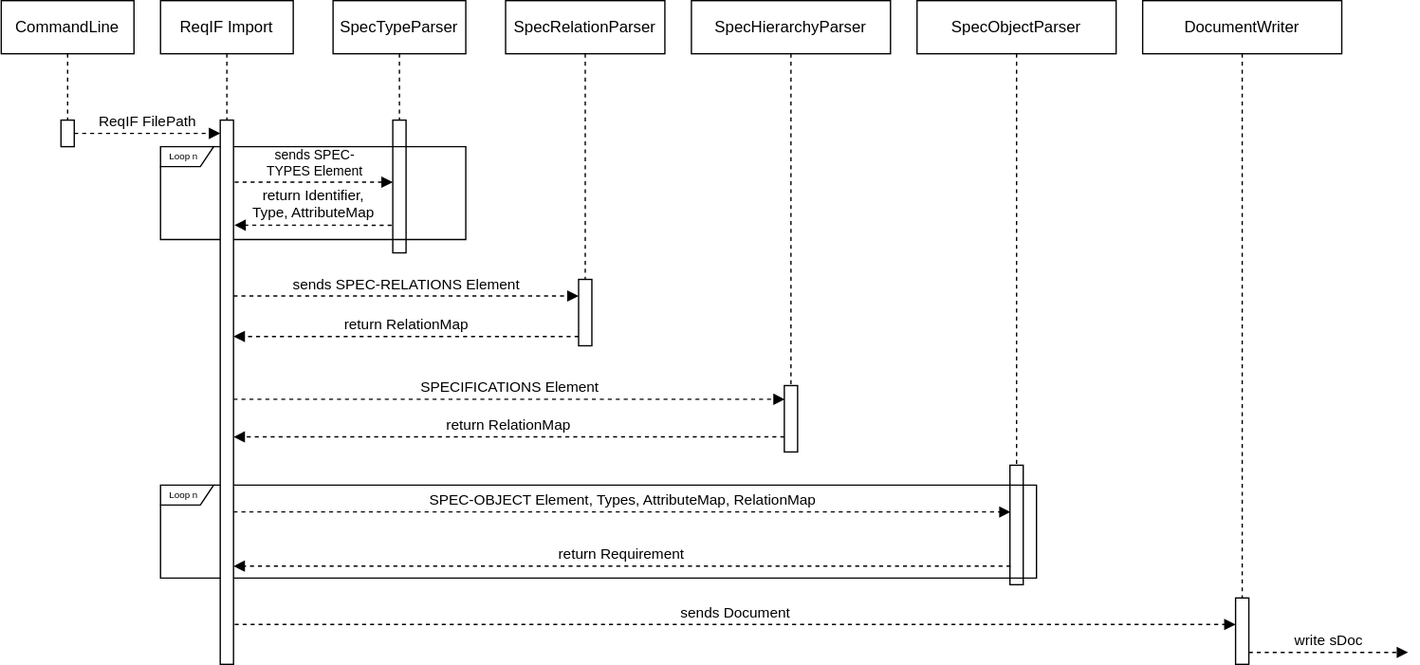
The draw.io diagram docs/assets/ReqIf_Import_Sequence_Diagram.drawio.svg in Relasym/strictdoc, before a commit. Source tidied: cells renumbered, new cells last; positions are measured from the earlier drawing's top-left corner, leaving out a move shared by most shapes. Its diagram source:
```xml
<mxGraphModel>
  <root>
    <mxCell id="0" />
    <mxCell id="1" parent="0" />
    <mxCell id="2" value="&lt;div style=&quot;font-size: 7px&quot;&gt;&lt;font style=&quot;font-size: 7px&quot;&gt;Loop n&lt;/font&gt;&lt;/div&gt;" style="shape=umlFrame;whiteSpace=wrap;html=1;width=40;height=15;boundedLbl=1;verticalAlign=middle;align=left;spacingLeft=5;fillColor=none;" parent="1" vertex="1">
      <mxGeometry x="120" y="365" width="660" height="70" as="geometry" />
    </mxCell>
    <mxCell id="3" value="SpecTypeParser" style="shape=umlLifeline;perimeter=lifelinePerimeter;whiteSpace=wrap;html=1;" parent="1" vertex="1">
      <mxGeometry x="250" width="100" height="90" as="geometry" />
    </mxCell>
    <mxCell id="4" value="&lt;div style=&quot;font-size: 7px&quot;&gt;&lt;font style=&quot;font-size: 7px&quot;&gt;Loop n&lt;/font&gt;&lt;/div&gt;" style="shape=umlFrame;whiteSpace=wrap;html=1;width=40;height=15;boundedLbl=1;verticalAlign=middle;align=left;spacingLeft=5;fillColor=none;" parent="3" vertex="1">
      <mxGeometry x="-130" y="110" width="230" height="70" as="geometry" />
    </mxCell>
    <mxCell id="5" style="html=1;perimeter=orthogonalPerimeter;fillColor=none;" parent="3" vertex="1">
      <mxGeometry x="45" y="90" width="10" height="100" as="geometry" />
    </mxCell>
    <mxCell id="6" value="SpecRelationParser" style="shape=umlLifeline;perimeter=lifelinePerimeter;whiteSpace=wrap;html=1;" parent="1" vertex="1">
      <mxGeometry x="380" width="120" height="210" as="geometry" />
    </mxCell>
    <mxCell id="7" style="html=1;perimeter=orthogonalPerimeter;fillColor=none;" parent="6" vertex="1">
      <mxGeometry x="55" y="210" width="10" height="50" as="geometry" />
    </mxCell>
    <mxCell id="8" value="SpecHierarchyParser" style="shape=umlLifeline;perimeter=lifelinePerimeter;whiteSpace=wrap;html=1;" parent="1" vertex="1">
      <mxGeometry x="520" width="150" height="290" as="geometry" />
    </mxCell>
    <mxCell id="9" style="html=1;points=[];perimeter=orthogonalPerimeter;fillColor=none;" parent="8" vertex="1">
      <mxGeometry x="70" y="290" width="10" height="50" as="geometry" />
    </mxCell>
    <mxCell id="10" value="&lt;div&gt;SpecObjectParser&lt;/div&gt;" style="shape=umlLifeline;perimeter=lifelinePerimeter;whiteSpace=wrap;html=1;" parent="1" vertex="1">
      <mxGeometry x="690" width="150" height="350" as="geometry" />
    </mxCell>
    <mxCell id="11" style="html=1;perimeter=orthogonalPerimeter;fillColor=none;" parent="10" vertex="1">
      <mxGeometry x="70" y="350" width="10" height="90" as="geometry" />
    </mxCell>
    <mxCell id="12" value="&lt;div&gt;CommandLine&lt;/div&gt;" style="shape=umlLifeline;perimeter=lifelinePerimeter;whiteSpace=wrap;html=1;" parent="1" vertex="1">
      <mxGeometry width="100" height="90" as="geometry" />
    </mxCell>
    <mxCell id="13" style="html=1;points=[];perimeter=orthogonalPerimeter;fillColor=none;" parent="12" vertex="1">
      <mxGeometry x="45" y="90" width="10" height="20" as="geometry" />
    </mxCell>
    <mxCell id="14" value="&lt;div&gt;return Identifier,&lt;/div&gt;&lt;div&gt;Type, AttributeMap&lt;/div&gt;" style="html=1;verticalAlign=bottom;labelBackgroundColor=none;endArrow=block;endFill=1;rounded=0;dashed=1;strokeWidth=1;fillColor=none;exitX=-0.088;exitY=0.682;exitDx=0;exitDy=0;exitPerimeter=0;entryX=1.064;entryY=0.193;entryDx=0;entryDy=0;entryPerimeter=0;" parent="1" edge="1" target="28">
      <mxGeometry relative="1" as="geometry">
        <mxPoint x="294.1" y="169.2" as="sourcePoint" />
      </mxGeometry>
    </mxCell>
    <mxCell id="15" value="&lt;div style=&quot;font-size: 10px&quot;&gt;&lt;font style=&quot;font-size: 10px&quot;&gt;sends &lt;span style=&quot;color: rgb(0 , 0 , 0) ; font-weight: normal ; text-decoration: none ; font-family: &amp;#34;arial&amp;#34; ; font-style: normal&quot;&gt;SPEC-&lt;/span&gt;&lt;/font&gt;&lt;/div&gt;&lt;div style=&quot;font-size: 10px&quot;&gt;&lt;font style=&quot;font-size: 10px&quot;&gt;&lt;span style=&quot;color: rgb(0 , 0 , 0) ; font-weight: normal ; text-decoration: none ; font-family: &amp;#34;arial&amp;#34; ; font-style: normal&quot;&gt;TYPES Element&lt;/span&gt;&lt;/font&gt;&lt;/div&gt;" style="html=1;verticalAlign=bottom;labelBackgroundColor=none;endArrow=block;endFill=1;rounded=0;dashed=1;strokeWidth=1;fillColor=none;exitX=0.243;exitY=0.382;exitDx=0;exitDy=0;exitPerimeter=0;" parent="1" edge="1" source="4">
      <mxGeometry relative="1" as="geometry">
        <mxPoint x="295" y="136.8" as="targetPoint" />
      </mxGeometry>
    </mxCell>
    <mxCell id="16" value="&lt;div&gt;&lt;font style=&quot;font-size: 11px&quot;&gt;sends &lt;span style=&quot;color: rgb(0 , 0 , 0) ; font-weight: normal ; text-decoration: none ; font-family: &amp;#34;arial&amp;#34; ; font-style: normal&quot;&gt;SPEC-RELATIONS Element&lt;/span&gt;&lt;/font&gt;&lt;/div&gt;" style="html=1;verticalAlign=bottom;labelBackgroundColor=none;endArrow=block;endFill=1;rounded=0;dashed=1;strokeWidth=1;fillColor=none;" parent="1" edge="1" source="28">
      <mxGeometry relative="1" as="geometry">
        <mxPoint x="435" y="222.5" as="targetPoint" />
      </mxGeometry>
    </mxCell>
    <mxCell id="17" value="return RelationMap" style="html=1;verticalAlign=bottom;labelBackgroundColor=none;endArrow=block;endFill=1;rounded=0;dashed=1;strokeWidth=1;fillColor=none;" parent="1" edge="1" target="28">
      <mxGeometry relative="1" as="geometry">
        <mxPoint x="435" y="253" as="sourcePoint" />
      </mxGeometry>
    </mxCell>
    <mxCell id="18" value="&lt;font style=&quot;font-size: 11px&quot;&gt;&lt;span style=&quot;color: rgb(0 , 0 , 0) ; font-weight: normal ; text-decoration: none ; font-family: &amp;#34;arial&amp;#34; ; font-style: normal&quot;&gt;SPECIFICATIONS Element&lt;/span&gt;&lt;/font&gt;" style="html=1;verticalAlign=bottom;labelBackgroundColor=none;endArrow=block;endFill=1;rounded=0;dashed=1;strokeWidth=1;fillColor=none;entryX=0.033;entryY=0.206;entryDx=0;entryDy=0;entryPerimeter=0;" parent="1" edge="1" source="28" target="9">
      <mxGeometry relative="1" as="geometry" />
    </mxCell>
    <mxCell id="19" value="return RelationMap" style="html=1;verticalAlign=bottom;labelBackgroundColor=none;endArrow=block;endFill=1;rounded=0;dashed=1;strokeWidth=1;fillColor=none;exitX=0;exitY=0.773;exitDx=0;exitDy=0;exitPerimeter=0;" parent="1" edge="1" source="9" target="28">
      <mxGeometry relative="1" as="geometry" />
    </mxCell>
    <mxCell id="20" value="&lt;div&gt;ReqIF FilePath&lt;/div&gt;" style="html=1;verticalAlign=bottom;labelBackgroundColor=none;endArrow=block;endFill=1;rounded=0;dashed=1;strokeWidth=1;fillColor=none;" parent="1" edge="1" source="13" target="28">
      <mxGeometry relative="1" as="geometry" />
    </mxCell>
    <mxCell id="21" value="&lt;font style=&quot;font-size: 11px&quot;&gt;&lt;span style=&quot;color: rgb(0 , 0 , 0) ; font-weight: normal ; text-decoration: none ; font-family: &amp;#34;arial&amp;#34; ; font-style: normal&quot;&gt;SPEC-OBJECT Element, Types, AttributeMap, RelationMap&lt;/span&gt;&lt;/font&gt;" style="html=1;verticalAlign=bottom;labelBackgroundColor=none;endArrow=block;endFill=1;rounded=0;dashed=1;strokeWidth=1;fillColor=none;entryX=0.05;entryY=0.235;entryDx=0;entryDy=0;entryPerimeter=0;" parent="1" edge="1">
      <mxGeometry relative="1" as="geometry">
        <mxPoint x="175" y="385.2" as="sourcePoint" />
        <mxPoint x="760.5" y="385.2" as="targetPoint" />
      </mxGeometry>
    </mxCell>
    <mxCell id="22" value="&lt;div&gt;return Requirement&lt;/div&gt;" style="html=1;verticalAlign=bottom;labelBackgroundColor=none;endArrow=block;endFill=1;rounded=0;dashed=1;strokeWidth=1;fillColor=none;exitX=0.043;exitY=0.575;exitDx=0;exitDy=0;exitPerimeter=0;" parent="1" edge="1">
      <mxGeometry relative="1" as="geometry">
        <mxPoint x="760.4" y="426" as="sourcePoint" />
        <mxPoint x="175" y="426" as="targetPoint" />
      </mxGeometry>
    </mxCell>
    <mxCell id="23" value="&lt;div&gt;DocumentWriter&lt;/div&gt;" style="shape=umlLifeline;perimeter=lifelinePerimeter;whiteSpace=wrap;html=1;" parent="1" vertex="1">
      <mxGeometry x="860" width="150" height="450" as="geometry" />
    </mxCell>
    <mxCell id="24" style="html=1;perimeter=orthogonalPerimeter;fillColor=none;" parent="23" vertex="1">
      <mxGeometry x="70" y="450" width="10" height="50" as="geometry" />
    </mxCell>
    <mxCell id="25" value="sends Document " style="html=1;verticalAlign=bottom;labelBackgroundColor=none;endArrow=block;endFill=1;rounded=0;dashed=1;strokeWidth=1;fillColor=none;exitX=1.091;exitY=0.951;exitDx=0;exitDy=0;exitPerimeter=0;entryX=0;entryY=0.6;entryDx=0;entryDy=0;entryPerimeter=0;" parent="1" edge="1">
      <mxGeometry relative="1" as="geometry">
        <mxPoint x="175.9" y="469.9" as="sourcePoint" />
        <mxPoint x="930" y="470" as="targetPoint" />
      </mxGeometry>
    </mxCell>
    <mxCell id="26" value="write sDoc" style="html=1;verticalAlign=bottom;labelBackgroundColor=none;endArrow=block;endFill=1;rounded=0;dashed=1;strokeWidth=1;fillColor=none;exitX=1.091;exitY=0.951;exitDx=0;exitDy=0;exitPerimeter=0;" parent="1" edge="1">
      <mxGeometry relative="1" as="geometry">
        <mxPoint x="940" y="491" as="sourcePoint" />
        <mxPoint x="1060" y="491" as="targetPoint" />
      </mxGeometry>
    </mxCell>
    <mxCell id="27" value="&lt;div&gt;ReqIF Import&lt;/div&gt;" style="shape=umlLifeline;perimeter=lifelinePerimeter;whiteSpace=wrap;html=1;" parent="1" vertex="1">
      <mxGeometry x="120" width="100" height="500" as="geometry" />
    </mxCell>
    <mxCell id="28" style="html=1;points=[];perimeter=orthogonalPerimeter;" parent="27" vertex="1">
      <mxGeometry x="45" y="90" width="10" height="410" as="geometry" />
    </mxCell>
  </root>
</mxGraphModel>
```
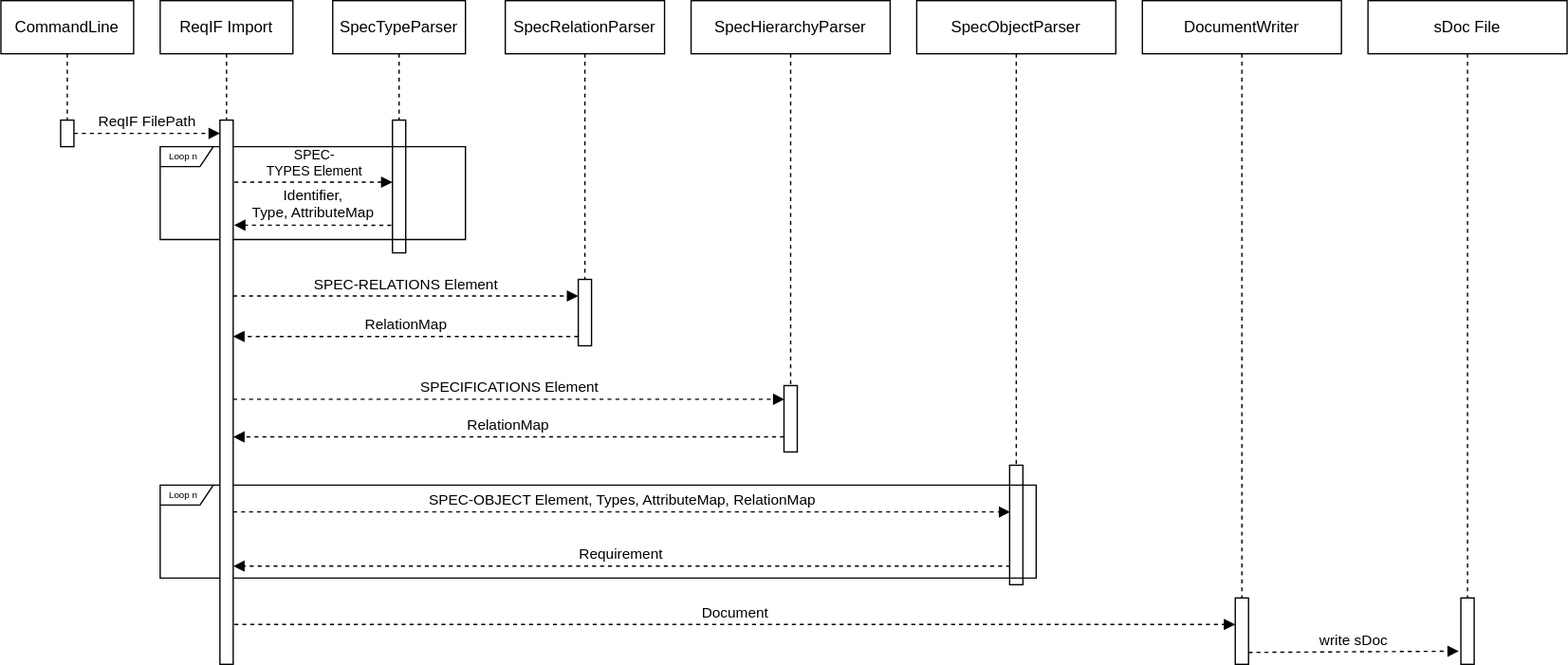
Above is the later version.

The edit, as a diff of the source:
```diff
@@ -38,22 +38,22 @@
     <mxCell id="13" style="html=1;points=[];perimeter=orthogonalPerimeter;fillColor=none;" parent="12" vertex="1">
       <mxGeometry x="45" y="90" width="10" height="20" as="geometry" />
     </mxCell>
-    <mxCell id="14" value="&lt;div&gt;return Identifier,&lt;/div&gt;&lt;div&gt;Type, AttributeMap&lt;/div&gt;" style="html=1;verticalAlign=bottom;labelBackgroundColor=none;endArrow=block;endFill=1;rounded=0;dashed=1;strokeWidth=1;fillColor=none;exitX=-0.088;exitY=0.682;exitDx=0;exitDy=0;exitPerimeter=0;entryX=1.064;entryY=0.193;entryDx=0;entryDy=0;entryPerimeter=0;" parent="1" edge="1" target="28">
+    <mxCell id="14" value="&lt;div&gt;Identifier,&lt;/div&gt;&lt;div&gt;Type, AttributeMap&lt;/div&gt;" style="html=1;verticalAlign=bottom;labelBackgroundColor=none;endArrow=block;endFill=1;rounded=0;dashed=1;strokeWidth=1;fillColor=none;exitX=-0.088;exitY=0.682;exitDx=0;exitDy=0;exitPerimeter=0;entryX=1.064;entryY=0.193;entryDx=0;entryDy=0;entryPerimeter=0;" parent="1" edge="1" target="28">
       <mxGeometry relative="1" as="geometry">
         <mxPoint x="294.1" y="169.2" as="sourcePoint" />
       </mxGeometry>
     </mxCell>
-    <mxCell id="15" value="&lt;div style=&quot;font-size: 10px&quot;&gt;&lt;font style=&quot;font-size: 10px&quot;&gt;sends &lt;span style=&quot;color: rgb(0 , 0 , 0) ; font-weight: normal ; text-decoration: none ; font-family: &amp;#34;arial&amp;#34; ; font-style: normal&quot;&gt;SPEC-&lt;/span&gt;&lt;/font&gt;&lt;/div&gt;&lt;div style=&quot;font-size: 10px&quot;&gt;&lt;font style=&quot;font-size: 10px&quot;&gt;&lt;span style=&quot;color: rgb(0 , 0 , 0) ; font-weight: normal ; text-decoration: none ; font-family: &amp;#34;arial&amp;#34; ; font-style: normal&quot;&gt;TYPES Element&lt;/span&gt;&lt;/font&gt;&lt;/div&gt;" style="html=1;verticalAlign=bottom;labelBackgroundColor=none;endArrow=block;endFill=1;rounded=0;dashed=1;strokeWidth=1;fillColor=none;exitX=0.243;exitY=0.382;exitDx=0;exitDy=0;exitPerimeter=0;" parent="1" edge="1" source="4">
+    <mxCell id="15" value="&lt;div style=&quot;font-size: 10px&quot;&gt;&lt;font style=&quot;font-size: 10px&quot;&gt;&lt;span style=&quot;color: rgb(0 , 0 , 0) ; font-weight: normal ; text-decoration: none ; font-family: &amp;#34;arial&amp;#34; ; font-style: normal&quot;&gt;SPEC-&lt;/span&gt;&lt;/font&gt;&lt;/div&gt;&lt;div style=&quot;font-size: 10px&quot;&gt;&lt;font style=&quot;font-size: 10px&quot;&gt;&lt;span style=&quot;color: rgb(0 , 0 , 0) ; font-weight: normal ; text-decoration: none ; font-family: &amp;#34;arial&amp;#34; ; font-style: normal&quot;&gt;TYPES Element&lt;/span&gt;&lt;/font&gt;&lt;/div&gt;" style="html=1;verticalAlign=bottom;labelBackgroundColor=none;endArrow=block;endFill=1;rounded=0;dashed=1;strokeWidth=1;fillColor=none;exitX=0.243;exitY=0.382;exitDx=0;exitDy=0;exitPerimeter=0;" parent="1" edge="1" source="4">
       <mxGeometry relative="1" as="geometry">
         <mxPoint x="295" y="136.8" as="targetPoint" />
       </mxGeometry>
     </mxCell>
-    <mxCell id="16" value="&lt;div&gt;&lt;font style=&quot;font-size: 11px&quot;&gt;sends &lt;span style=&quot;color: rgb(0 , 0 , 0) ; font-weight: normal ; text-decoration: none ; font-family: &amp;#34;arial&amp;#34; ; font-style: normal&quot;&gt;SPEC-RELATIONS Element&lt;/span&gt;&lt;/font&gt;&lt;/div&gt;" style="html=1;verticalAlign=bottom;labelBackgroundColor=none;endArrow=block;endFill=1;rounded=0;dashed=1;strokeWidth=1;fillColor=none;" parent="1" edge="1" source="28">
+    <mxCell id="16" value="&lt;div&gt;&lt;font style=&quot;font-size: 11px&quot;&gt;&lt;span style=&quot;color: rgb(0 , 0 , 0) ; font-weight: normal ; text-decoration: none ; font-family: &amp;#34;arial&amp;#34; ; font-style: normal&quot;&gt;SPEC-RELATIONS Element&lt;/span&gt;&lt;/font&gt;&lt;/div&gt;" style="html=1;verticalAlign=bottom;labelBackgroundColor=none;endArrow=block;endFill=1;rounded=0;dashed=1;strokeWidth=1;fillColor=none;" parent="1" edge="1" source="28">
       <mxGeometry relative="1" as="geometry">
         <mxPoint x="435" y="222.5" as="targetPoint" />
       </mxGeometry>
     </mxCell>
-    <mxCell id="17" value="return RelationMap" style="html=1;verticalAlign=bottom;labelBackgroundColor=none;endArrow=block;endFill=1;rounded=0;dashed=1;strokeWidth=1;fillColor=none;" parent="1" edge="1" target="28">
+    <mxCell id="17" value="RelationMap" style="html=1;verticalAlign=bottom;labelBackgroundColor=none;endArrow=block;endFill=1;rounded=0;dashed=1;strokeWidth=1;fillColor=none;" parent="1" edge="1" target="28">
       <mxGeometry relative="1" as="geometry">
         <mxPoint x="435" y="253" as="sourcePoint" />
       </mxGeometry>
@@ -61,7 +61,7 @@
     <mxCell id="18" value="&lt;font style=&quot;font-size: 11px&quot;&gt;&lt;span style=&quot;color: rgb(0 , 0 , 0) ; font-weight: normal ; text-decoration: none ; font-family: &amp;#34;arial&amp;#34; ; font-style: normal&quot;&gt;SPECIFICATIONS Element&lt;/span&gt;&lt;/font&gt;" style="html=1;verticalAlign=bottom;labelBackgroundColor=none;endArrow=block;endFill=1;rounded=0;dashed=1;strokeWidth=1;fillColor=none;entryX=0.033;entryY=0.206;entryDx=0;entryDy=0;entryPerimeter=0;" parent="1" edge="1" source="28" target="9">
       <mxGeometry relative="1" as="geometry" />
     </mxCell>
-    <mxCell id="19" value="return RelationMap" style="html=1;verticalAlign=bottom;labelBackgroundColor=none;endArrow=block;endFill=1;rounded=0;dashed=1;strokeWidth=1;fillColor=none;exitX=0;exitY=0.773;exitDx=0;exitDy=0;exitPerimeter=0;" parent="1" edge="1" source="9" target="28">
+    <mxCell id="19" value="RelationMap" style="html=1;verticalAlign=bottom;labelBackgroundColor=none;endArrow=block;endFill=1;rounded=0;dashed=1;strokeWidth=1;fillColor=none;exitX=0;exitY=0.773;exitDx=0;exitDy=0;exitPerimeter=0;" parent="1" edge="1" source="9" target="28">
       <mxGeometry relative="1" as="geometry" />
     </mxCell>
     <mxCell id="20" value="&lt;div&gt;ReqIF FilePath&lt;/div&gt;" style="html=1;verticalAlign=bottom;labelBackgroundColor=none;endArrow=block;endFill=1;rounded=0;dashed=1;strokeWidth=1;fillColor=none;" parent="1" edge="1" source="13" target="28">
@@ -73,7 +73,7 @@
         <mxPoint x="760.5" y="385.2" as="targetPoint" />
       </mxGeometry>
     </mxCell>
-    <mxCell id="22" value="&lt;div&gt;return Requirement&lt;/div&gt;" style="html=1;verticalAlign=bottom;labelBackgroundColor=none;endArrow=block;endFill=1;rounded=0;dashed=1;strokeWidth=1;fillColor=none;exitX=0.043;exitY=0.575;exitDx=0;exitDy=0;exitPerimeter=0;" parent="1" edge="1">
+    <mxCell id="22" value="&lt;div&gt;Requirement&lt;/div&gt;" style="html=1;verticalAlign=bottom;labelBackgroundColor=none;endArrow=block;endFill=1;rounded=0;dashed=1;strokeWidth=1;fillColor=none;exitX=0.043;exitY=0.575;exitDx=0;exitDy=0;exitPerimeter=0;" parent="1" edge="1">
       <mxGeometry relative="1" as="geometry">
         <mxPoint x="760.4" y="426" as="sourcePoint" />
         <mxPoint x="175" y="426" as="targetPoint" />
@@ -85,16 +85,15 @@
     <mxCell id="24" style="html=1;perimeter=orthogonalPerimeter;fillColor=none;" parent="23" vertex="1">
       <mxGeometry x="70" y="450" width="10" height="50" as="geometry" />
     </mxCell>
-    <mxCell id="25" value="sends Document " style="html=1;verticalAlign=bottom;labelBackgroundColor=none;endArrow=block;endFill=1;rounded=0;dashed=1;strokeWidth=1;fillColor=none;exitX=1.091;exitY=0.951;exitDx=0;exitDy=0;exitPerimeter=0;entryX=0;entryY=0.6;entryDx=0;entryDy=0;entryPerimeter=0;" parent="1" edge="1">
+    <mxCell id="25" value="Document " style="html=1;verticalAlign=bottom;labelBackgroundColor=none;endArrow=block;endFill=1;rounded=0;dashed=1;strokeWidth=1;fillColor=none;exitX=1.091;exitY=0.951;exitDx=0;exitDy=0;exitPerimeter=0;entryX=0;entryY=0.6;entryDx=0;entryDy=0;entryPerimeter=0;" parent="1" edge="1">
       <mxGeometry relative="1" as="geometry">
         <mxPoint x="175.9" y="469.9" as="sourcePoint" />
         <mxPoint x="930" y="470" as="targetPoint" />
       </mxGeometry>
     </mxCell>
-    <mxCell id="26" value="write sDoc" style="html=1;verticalAlign=bottom;labelBackgroundColor=none;endArrow=block;endFill=1;rounded=0;dashed=1;strokeWidth=1;fillColor=none;exitX=1.091;exitY=0.951;exitDx=0;exitDy=0;exitPerimeter=0;" parent="1" edge="1">
+    <mxCell id="26" value="write sDoc" style="html=1;verticalAlign=bottom;labelBackgroundColor=none;endArrow=block;endFill=1;rounded=0;dashed=1;strokeWidth=1;fillColor=none;exitX=1.091;exitY=0.951;exitDx=0;exitDy=0;exitPerimeter=0;entryX=-0.153;entryY=0.802;entryDx=0;entryDy=0;entryPerimeter=0;" parent="1" edge="1" target="30">
       <mxGeometry relative="1" as="geometry">
         <mxPoint x="940" y="491" as="sourcePoint" />
-        <mxPoint x="1060" y="491" as="targetPoint" />
       </mxGeometry>
     </mxCell>
     <mxCell id="27" value="&lt;div&gt;ReqIF Import&lt;/div&gt;" style="shape=umlLifeline;perimeter=lifelinePerimeter;whiteSpace=wrap;html=1;" parent="1" vertex="1">
@@ -103,5 +102,11 @@
     <mxCell id="28" style="html=1;points=[];perimeter=orthogonalPerimeter;" parent="27" vertex="1">
       <mxGeometry x="45" y="90" width="10" height="410" as="geometry" />
     </mxCell>
+    <mxCell id="29" value="sDoc File" style="shape=umlLifeline;perimeter=lifelinePerimeter;whiteSpace=wrap;html=1;" parent="1" vertex="1">
+      <mxGeometry x="1030" width="150" height="450" as="geometry" />
+    </mxCell>
+    <mxCell id="30" style="html=1;points=[];perimeter=orthogonalPerimeter;fillColor=none;" parent="29" vertex="1">
+      <mxGeometry x="70" y="450" width="10" height="50" as="geometry" />
+    </mxCell>
   </root>
 </mxGraphModel>
```
